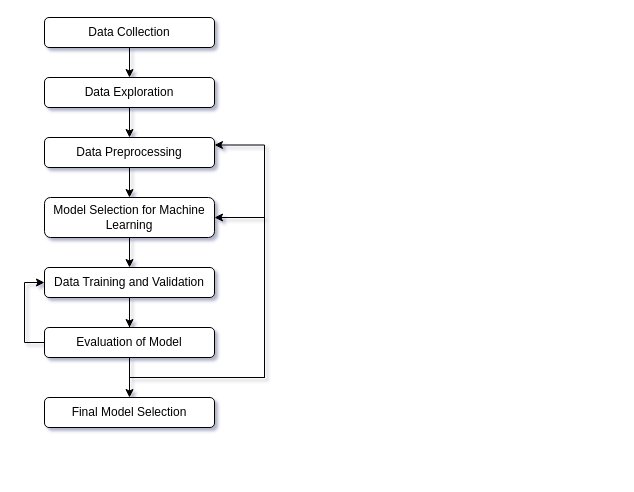
Before: ML_FlowChart.drawio in Simjiayik/ML_Assignment, a draw.io diagram. Source tidied: cells renumbered, new cells numbered last; positions are measured from the earlier drawing's top-left corner, leaving out a move shared by most shapes. Both pictures are drawn from the tidied source at 100%, with x=0, y=0 at pixel (24, 17).
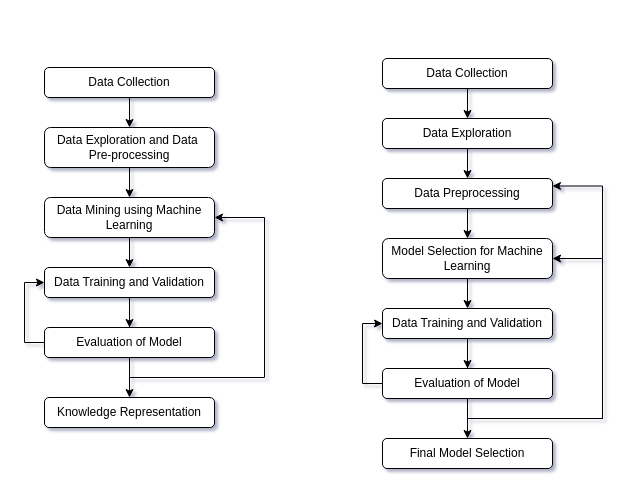
The same diagram, later.

Unchanged cells that the change refers to:
```xml
<mxCell id="13" value="Data Training and Validation" style="rounded=1;whiteSpace=wrap;html=1;" parent="1" vertex="1">
  <mxGeometry x="20" y="250" width="170" height="30" as="geometry" />
</mxCell>
```

The edit, as a diff of the source:
```diff
@@
-    <mxCell id="2" style="edgeStyle=orthogonalEdgeStyle;rounded=0;jettySize=auto;html=1;entryX=0.5;entryY=0;entryDx=0;entryDy=0;" parent="1" edge="1" source="3" target="5">
-      <mxGeometry relative="1" as="geometry" />
-    </mxCell>
+    <mxCell id="18" style="edgeStyle=orthogonalEdgeStyle;rounded=0;jettySize=auto;html=1;entryX=0.5;entryY=0;entryDx=0;entryDy=0;" parent="1" edge="1" source="3" target="33">
+      <mxGeometry relative="1" as="geometry" />
+    </mxCell>
     <mxCell id="3" value="Data Collection" style="rounded=1;whiteSpace=wrap;html=1;" parent="1" vertex="1">
-      <mxGeometry x="20" width="170" height="30" as="geometry" />
+      <mxGeometry x="20" y="50" width="170" height="30" as="geometry" />
     </mxCell>
-    <mxCell id="4" style="edgeStyle=orthogonalEdgeStyle;rounded=0;jettySize=auto;html=1;entryX=0.5;entryY=0;entryDx=0;entryDy=0;" parent="1" edge="1" source="5" target="7">
-      <mxGeometry relative="1" as="geometry" />
-    </mxCell>
-    <mxCell id="5" value="Data Exploration" style="rounded=1;whiteSpace=wrap;html=1;" parent="1" vertex="1">
-      <mxGeometry x="20" y="60" width="170" height="30" as="geometry" />
-    </mxCell>
-    <mxCell id="6" style="edgeStyle=orthogonalEdgeStyle;rounded=0;jettySize=auto;html=1;entryX=0.5;entryY=0;entryDx=0;entryDy=0;" parent="1" edge="1" source="7" target="9">
-      <mxGeometry relative="1" as="geometry" />
-    </mxCell>
-    <mxCell id="7" value="Data Preprocessing" style="rounded=1;whiteSpace=wrap;html=1;" parent="1" vertex="1">
-      <mxGeometry x="20" y="120" width="170" height="30" as="geometry" />
-    </mxCell>
@@
-    <mxCell id="9" value="Model Selection for Machine Learning" style="rounded=1;whiteSpace=wrap;html=1;" parent="1" vertex="1">
+    <mxCell id="9" value="Data Mining using Machine Learning" style="rounded=1;whiteSpace=wrap;html=1;" parent="1" vertex="1">
       <mxGeometry x="20" y="180" width="170" height="40" as="geometry" />
     </mxCell>
@@
-    <mxCell id="11" style="edgeStyle=orthogonalEdgeStyle;rounded=0;jettySize=auto;html=1;entryX=1;entryY=0.25;entryDx=0;entryDy=0;" parent="1" edge="1" source="13" target="7">
-      <mxGeometry relative="1" as="geometry">
-        <Array as="points">
-          <mxPoint x="105" y="360" />
-          <mxPoint x="240" y="360" />
-          <mxPoint x="240" y="128" />
-        </Array>
-      </mxGeometry>
-    </mxCell>
@@
-    <mxCell id="17" value="Final Model Selection" style="rounded=1;whiteSpace=wrap;html=1;" parent="1" vertex="1">
+    <mxCell id="17" value="Knowledge Representation" style="rounded=1;whiteSpace=wrap;html=1;" parent="1" vertex="1">
       <mxGeometry x="20" y="380" width="170" height="30" as="geometry" />
     </mxCell>
+    <mxCell id="19" style="edgeStyle=orthogonalEdgeStyle;rounded=0;jettySize=auto;html=1;entryX=0.5;entryY=0;entryDx=0;entryDy=0;" parent="1" edge="1" source="20" target="5">
+      <mxGeometry relative="1" as="geometry" />
+    </mxCell>
+    <mxCell id="20" value="Data Collection" style="rounded=1;whiteSpace=wrap;html=1;" parent="1" vertex="1">
+      <mxGeometry x="358" y="41" width="170" height="30" as="geometry" />
+    </mxCell>
+    <mxCell id="4" style="edgeStyle=orthogonalEdgeStyle;rounded=0;jettySize=auto;html=1;entryX=0.5;entryY=0;entryDx=0;entryDy=0;" parent="1" edge="1" source="5" target="7">
+      <mxGeometry relative="1" as="geometry" />
+    </mxCell>
+    <mxCell id="5" value="Data Exploration" style="rounded=1;whiteSpace=wrap;html=1;" parent="1" vertex="1">
+      <mxGeometry x="358" y="101" width="170" height="30" as="geometry" />
+    </mxCell>
+    <mxCell id="21" style="edgeStyle=orthogonalEdgeStyle;rounded=0;jettySize=auto;html=1;entryX=0.5;entryY=0;entryDx=0;entryDy=0;" parent="1" edge="1" source="7" target="23">
+      <mxGeometry relative="1" as="geometry" />
+    </mxCell>
+    <mxCell id="7" value="Data Preprocessing" style="rounded=1;whiteSpace=wrap;html=1;" parent="1" vertex="1">
+      <mxGeometry x="358" y="161" width="170" height="30" as="geometry" />
+    </mxCell>
+    <mxCell id="22" style="edgeStyle=orthogonalEdgeStyle;rounded=0;jettySize=auto;html=1;entryX=0.5;entryY=0;entryDx=0;entryDy=0;" parent="1" edge="1" source="23" target="27">
+      <mxGeometry relative="1" as="geometry" />
+    </mxCell>
+    <mxCell id="23" value="Model Selection for Machine Learning" style="rounded=1;whiteSpace=wrap;html=1;" parent="1" vertex="1">
+      <mxGeometry x="358" y="221" width="170" height="40" as="geometry" />
+    </mxCell>
+    <mxCell id="24" style="edgeStyle=orthogonalEdgeStyle;rounded=0;jettySize=auto;html=1;entryX=0.5;entryY=0;entryDx=0;entryDy=0;" parent="1" edge="1" source="27" target="30">
+      <mxGeometry relative="1" as="geometry" />
+    </mxCell>
+    <mxCell id="25" style="edgeStyle=orthogonalEdgeStyle;rounded=0;jettySize=auto;html=1;entryX=1;entryY=0.25;entryDx=0;entryDy=0;" parent="1" edge="1" source="27" target="7">
+      <mxGeometry relative="1" as="geometry">
+        <Array as="points">
+          <mxPoint x="443" y="401" />
+          <mxPoint x="578" y="401" />
+          <mxPoint x="578" y="169" />
+        </Array>
+      </mxGeometry>
+    </mxCell>
+    <mxCell id="26" style="edgeStyle=orthogonalEdgeStyle;rounded=0;jettySize=auto;html=1;entryX=1;entryY=0.5;entryDx=0;entryDy=0;" parent="1" edge="1" source="27" target="23">
+      <mxGeometry relative="1" as="geometry">
+        <Array as="points">
+          <mxPoint x="443" y="401" />
+          <mxPoint x="578" y="401" />
+          <mxPoint x="578" y="241" />
+        </Array>
+      </mxGeometry>
+    </mxCell>
+    <mxCell id="27" value="Data Training and Validation" style="rounded=1;whiteSpace=wrap;html=1;" parent="1" vertex="1">
+      <mxGeometry x="358" y="291" width="170" height="30" as="geometry" />
+    </mxCell>
+    <mxCell id="28" style="edgeStyle=orthogonalEdgeStyle;rounded=0;jettySize=auto;html=1;entryX=0.5;entryY=0;entryDx=0;entryDy=0;" parent="1" edge="1" source="30" target="31">
+      <mxGeometry relative="1" as="geometry" />
+    </mxCell>
+    <mxCell id="29" style="edgeStyle=orthogonalEdgeStyle;rounded=0;jettySize=auto;html=1;entryX=0;entryY=0.5;entryDx=0;entryDy=0;" parent="1" edge="1" source="30" target="27">
+      <mxGeometry relative="1" as="geometry">
+        <Array as="points">
+          <mxPoint x="338" y="366" />
+          <mxPoint x="338" y="306" />
+        </Array>
+      </mxGeometry>
+    </mxCell>
+    <mxCell id="30" value="Evaluation of Model" style="rounded=1;whiteSpace=wrap;html=1;" parent="1" vertex="1">
+      <mxGeometry x="358" y="351" width="170" height="30" as="geometry" />
+    </mxCell>
+    <mxCell id="31" value="Final Model Selection" style="rounded=1;whiteSpace=wrap;html=1;" parent="1" vertex="1">
+      <mxGeometry x="358" y="421" width="170" height="30" as="geometry" />
+    </mxCell>
+    <mxCell id="32" style="edgeStyle=orthogonalEdgeStyle;rounded=0;jettySize=auto;html=1;entryX=0.5;entryY=0;entryDx=0;entryDy=0;" parent="1" edge="1" source="33" target="9">
+      <mxGeometry relative="1" as="geometry" />
+    </mxCell>
+    <mxCell id="33" value="Data Exploration and Data&amp;nbsp; Pre-processing" style="rounded=1;whiteSpace=wrap;html=1;" parent="1" vertex="1">
+      <mxGeometry x="20" y="110" width="170" height="40" as="geometry" />
+    </mxCell>
```
